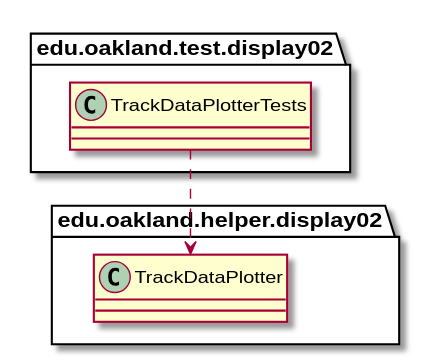
Earlier version of the PlantUML export docs/uml-class-diagrams/display02/test/TrackDataPlotterTests/TrackDataPlotterTests_DirectDependencies.svg (andrewdimmer/csi-3370-software-project).
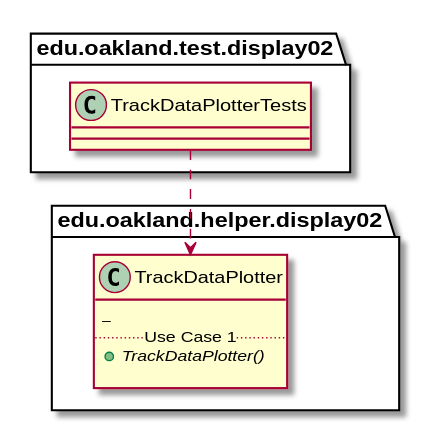
After the change.

Diff of the diagram source:
```diff
@@ -11,6 +11,9 @@
 
 package edu.oakland.helper.display02 {
     class TrackDataPlotter {
+    _
+    .. Use Case 1 ..
+    {abstract} + TrackDataPlotter()
 
     }
 }
```
